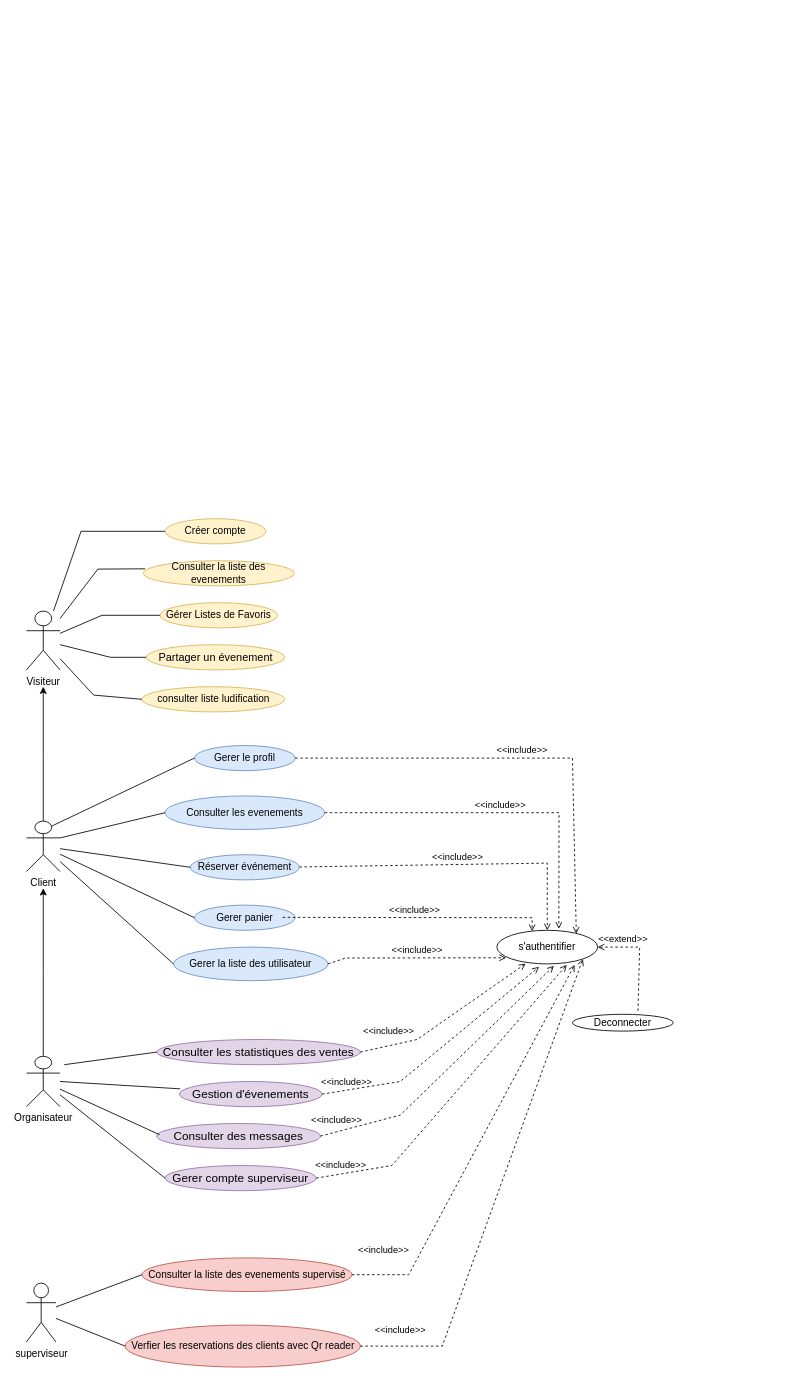
Before: Diagram de cas utilisation/genreal.drawio in mohamedimem/event-, a draw.io diagram. Source tidied: cells renumbered, new cells numbered last; positions are measured from the earlier drawing's top-left corner, leaving out a move shared by most shapes. Both pictures are drawn from the tidied source at 84%, with x=0, y=0 at pixel (26, 518).
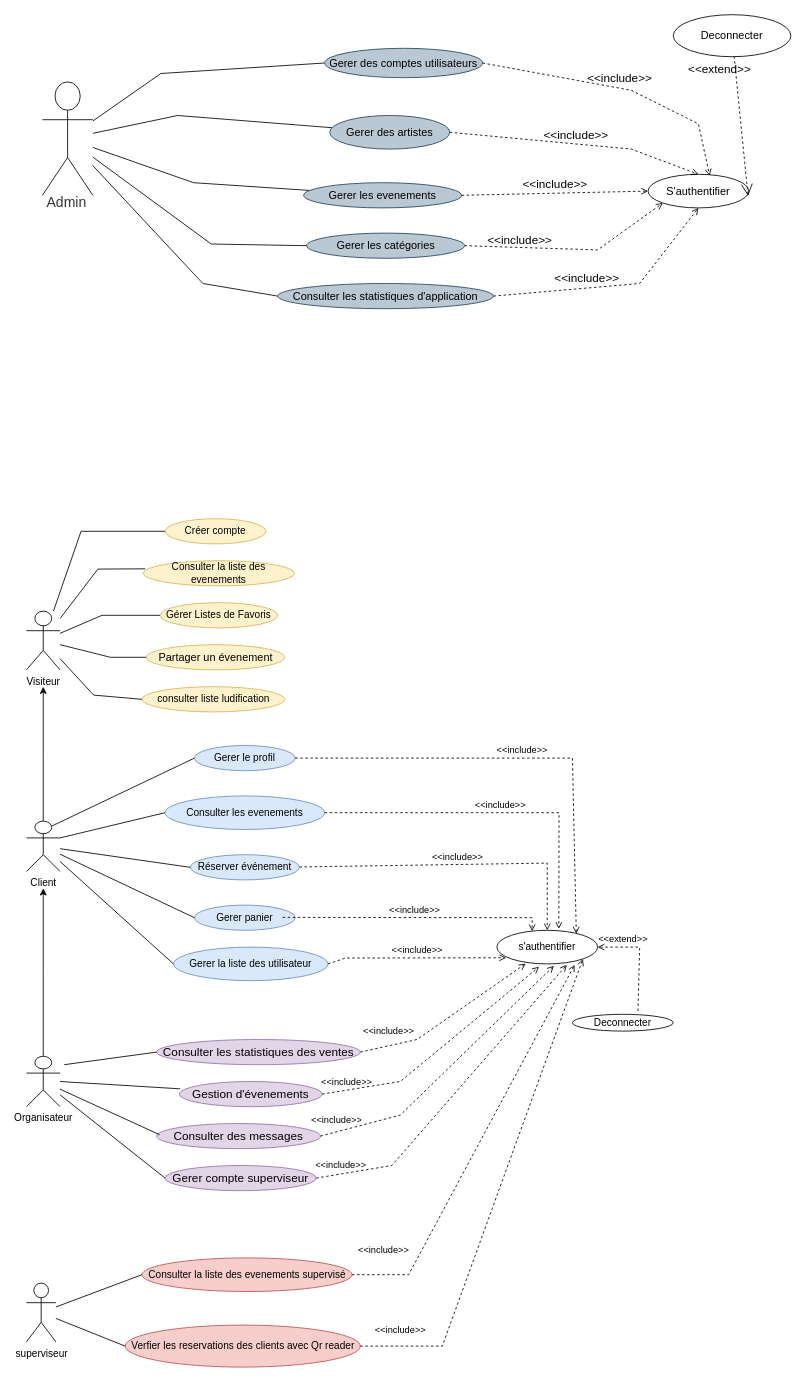
The same diagram, later.

Commit message (it also covers changes not shown here):
Mettre à jour genreal.drawio

Change to the diagram source:
```diff
@@
+    <mxCell id="55" style="edgeStyle=none;rounded=0;jettySize=auto;html=1;fontSize=14;endArrow=none;endFill=0;entryX=0;entryY=0.5;entryDx=0;entryDy=0;" parent="1" edge="1" source="56" target="57">
+      <mxGeometry relative="1" as="geometry">
+        <Array as="points">
+          <mxPoint x="160" y="-530" />
+        </Array>
+      </mxGeometry>
+    </mxCell>
+    <mxCell id="56" value="Admin" style="html=1;overflow=block;blockSpacing=1;shape=umlActor;labelPosition=center;verticalLabelPosition=bottom;verticalAlign=top;whiteSpace=nowrap;fontSize=16.7;fontColor=#333333;align=center;spacing=0;strokeColor=#000000;strokeOpacity=100;rounded=1;absoluteArcSize=1;arcSize=9;strokeWidth=1;lucidId=TCmtfz8hAuSR;" parent="1" vertex="1">
+      <mxGeometry x="19" y="-520" width="60" height="135" as="geometry" />
+    </mxCell>
+    <mxCell id="57" value="Gerer des comptes utilisateurs" style="html=1;overflow=block;blockSpacing=1;whiteSpace=wrap;ellipse;fontSize=13;spacing=3.8;strokeColor=#23445d;strokeOpacity=100;rounded=1;absoluteArcSize=1;arcSize=9;strokeWidth=1;lucidId=2CmtHglSXUaJ;fillColor=#bac8d3;" parent="1" vertex="1">
+      <mxGeometry x="355" y="-560" width="188" height="35" as="geometry" />
+    </mxCell>
+    <mxCell id="58" style="edgeStyle=none;rounded=0;jettySize=auto;html=1;fontSize=14;endArrow=none;endFill=0;exitX=0;exitY=0.5;exitDx=0;exitDy=0;" parent="1" edge="1" source="59" target="56">
+      <mxGeometry relative="1" as="geometry">
+        <Array as="points">
+          <mxPoint x="210" y="-280" />
+        </Array>
+      </mxGeometry>
+    </mxCell>
+    <mxCell id="59" value="Consulter les  statistiques d'application" style="html=1;overflow=block;blockSpacing=1;whiteSpace=wrap;ellipse;fontSize=13;spacing=3.8;strokeColor=#23445d;strokeOpacity=100;rounded=1;absoluteArcSize=1;arcSize=9;strokeWidth=1;lucidId=4Cmtud14x5Y7;fillColor=#bac8d3;" parent="1" vertex="1">
+      <mxGeometry x="299" y="-280" width="257" height="30" as="geometry" />
+    </mxCell>
+    <mxCell id="60" style="edgeStyle=none;rounded=0;jettySize=auto;html=1;fontSize=14;endArrow=none;endFill=0;" parent="1" edge="1" source="61" target="56">
+      <mxGeometry relative="1" as="geometry">
+        <Array as="points">
+          <mxPoint x="180" y="-480" />
+        </Array>
+      </mxGeometry>
+    </mxCell>
+    <mxCell id="61" value="Gerer des artistes" style="html=1;overflow=block;blockSpacing=1;whiteSpace=wrap;ellipse;fontSize=13;spacing=3.8;strokeColor=#23445d;strokeOpacity=100;rounded=1;absoluteArcSize=1;arcSize=9;strokeWidth=1;lucidId=9Cmt3dIYTxuM;fillColor=#bac8d3;" parent="1" vertex="1">
+      <mxGeometry x="361" y="-480" width="143" height="40" as="geometry" />
+    </mxCell>
+    <mxCell id="62" value="S'authentifier" style="html=1;overflow=block;blockSpacing=1;whiteSpace=wrap;ellipse;fontSize=13;spacing=3.8;strokeColor=#000000;strokeOpacity=100;rounded=1;absoluteArcSize=1;arcSize=9;strokeWidth=1;lucidId=XvitAHHM73nt;" parent="1" vertex="1">
+      <mxGeometry x="740" y="-410" width="120" height="40" as="geometry" />
+    </mxCell>
+    <mxCell id="63" value="Deconnecter" style="html=1;overflow=block;blockSpacing=1;whiteSpace=wrap;ellipse;fontSize=13;spacing=3.8;strokeColor=#000000;strokeOpacity=100;rounded=1;absoluteArcSize=1;arcSize=9;strokeWidth=1;lucidId=XvitmW9DInrr;" parent="1" vertex="1">
+      <mxGeometry x="770" y="-600" width="140" height="50" as="geometry" />
+    </mxCell>
+    <mxCell id="64" style="edgeStyle=none;rounded=0;jettySize=auto;html=1;fontSize=14;endArrow=none;endFill=0;" parent="1" edge="1" source="65" target="56">
+      <mxGeometry relative="1" as="geometry">
+        <Array as="points">
+          <mxPoint x="199" y="-400" />
+        </Array>
+      </mxGeometry>
+    </mxCell>
+    <mxCell id="65" value="&lt;div&gt;Gerer les evenements&lt;/div&gt;" style="html=1;overflow=block;blockSpacing=1;whiteSpace=wrap;ellipse;fontSize=13;spacing=3.8;strokeColor=#23445d;strokeOpacity=100;rounded=1;absoluteArcSize=1;arcSize=9;strokeWidth=1;lucidId=2CmtHglSXUaJ;fillColor=#bac8d3;" parent="1" vertex="1">
+      <mxGeometry x="330" y="-400" width="188" height="30" as="geometry" />
+    </mxCell>
+    <mxCell id="66" style="edgeStyle=none;rounded=0;jettySize=auto;html=1;exitX=0;exitY=0.5;exitDx=0;exitDy=0;fontSize=14;endArrow=none;endFill=0;" parent="1" edge="1" source="67" target="56">
+      <mxGeometry relative="1" as="geometry">
+        <Array as="points">
+          <mxPoint x="220" y="-327" />
+        </Array>
+      </mxGeometry>
+    </mxCell>
+    <mxCell id="67" value="&lt;div&gt;Gerer les catégories&lt;/div&gt;" style="html=1;overflow=block;blockSpacing=1;whiteSpace=wrap;ellipse;fontSize=13;spacing=3.8;strokeColor=#23445d;strokeOpacity=100;rounded=1;absoluteArcSize=1;arcSize=9;strokeWidth=1;lucidId=2CmtHglSXUaJ;fillColor=#bac8d3;" parent="1" vertex="1">
+      <mxGeometry x="333.5" y="-340" width="188" height="30" as="geometry" />
+    </mxCell>
+    <mxCell id="68" value="&amp;lt;&amp;lt;include&amp;gt;&amp;gt;" style="html=1;verticalAlign=bottom;labelBackgroundColor=none;endArrow=open;endFill=0;dashed=1;rounded=0;fontSize=14;exitX=1;exitY=0.5;exitDx=0;exitDy=0;entryX=0.611;entryY=0.044;entryDx=0;entryDy=0;entryPerimeter=0;" parent="1" edge="1" source="57" target="62">
+      <mxGeometry relative="1" as="geometry">
+        <Array as="points">
+          <mxPoint x="720" y="-510" />
+          <mxPoint x="800" y="-470" />
+        </Array>
+      </mxGeometry>
+    </mxCell>
+    <mxCell id="69" value="&amp;lt;&amp;lt;include&amp;gt;&amp;gt;" style="html=1;verticalAlign=bottom;labelBackgroundColor=none;endArrow=open;endFill=0;dashed=1;rounded=0;fontSize=14;exitX=1;exitY=0.5;exitDx=0;exitDy=0;entryX=0.5;entryY=0;entryDx=0;entryDy=0;" parent="1" edge="1" source="61" target="62">
+      <mxGeometry relative="1" as="geometry">
+        <Array as="points">
+          <mxPoint x="720" y="-440" />
+        </Array>
+      </mxGeometry>
+    </mxCell>
+    <mxCell id="70" value="&amp;lt;&amp;lt;include&amp;gt;&amp;gt;" style="html=1;verticalAlign=bottom;labelBackgroundColor=none;endArrow=open;endFill=0;dashed=1;rounded=0;fontSize=14;exitX=1;exitY=0.5;exitDx=0;exitDy=0;entryX=0;entryY=0.5;entryDx=0;entryDy=0;" parent="1" edge="1" source="65" target="62">
+      <mxGeometry relative="1" as="geometry" />
+    </mxCell>
+    <mxCell id="71" value="&amp;lt;&amp;lt;include&amp;gt;&amp;gt;" style="html=1;verticalAlign=bottom;labelBackgroundColor=none;endArrow=open;endFill=0;dashed=1;rounded=0;fontSize=14;entryX=0;entryY=1;entryDx=0;entryDy=0;exitX=1;exitY=0.5;exitDx=0;exitDy=0;" parent="1" edge="1" source="67" target="62">
+      <mxGeometry x="-0.48" y="-2" relative="1" as="geometry">
+        <Array as="points">
+          <mxPoint x="680" y="-320" />
+        </Array>
+      </mxGeometry>
+    </mxCell>
+    <mxCell id="72" value="&amp;lt;&amp;lt;include&amp;gt;&amp;gt;" style="html=1;verticalAlign=bottom;labelBackgroundColor=none;endArrow=open;endFill=0;dashed=1;rounded=0;fontSize=14;entryX=0.5;entryY=1;entryDx=0;entryDy=0;exitX=1;exitY=0.5;exitDx=0;exitDy=0;" parent="1" edge="1" source="59" target="62">
+      <mxGeometry x="-0.23" relative="1" as="geometry">
+        <Array as="points">
+          <mxPoint x="730" y="-280" />
+        </Array>
+      </mxGeometry>
+    </mxCell>
+    <mxCell id="73" value="&amp;lt;&amp;lt;extend&amp;gt;&amp;gt;" style="edgeStyle=none;html=1;startArrow=open;endArrow=none;startSize=12;verticalAlign=bottom;dashed=1;labelBackgroundColor=none;rounded=0;fontSize=14;exitX=0.992;exitY=0.645;exitDx=0;exitDy=0;exitPerimeter=0;" parent="1" edge="1" source="62" target="63">
+      <mxGeometry x="0.71" y="20" relative="1" as="geometry" />
+    </mxCell>
```
